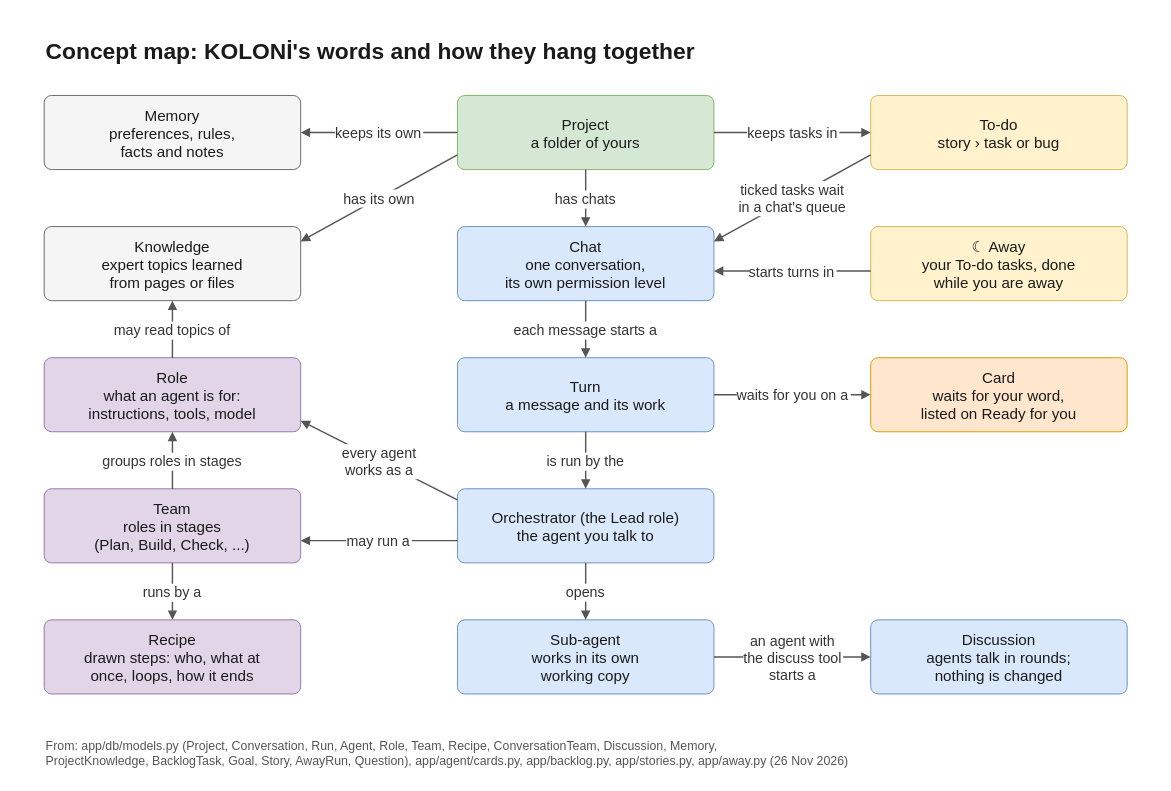
Before: docs/diagrams/concept-map.drawio in flyingriverhorse/Koloni, a draw.io diagram. Source tidied: cells renumbered, new cells numbered last; positions are measured from the earlier drawing's top-left corner, leaving out a move shared by most shapes. Both pictures are drawn from the tidied source at 95%, with x=0, y=0 at pixel (15, 15).
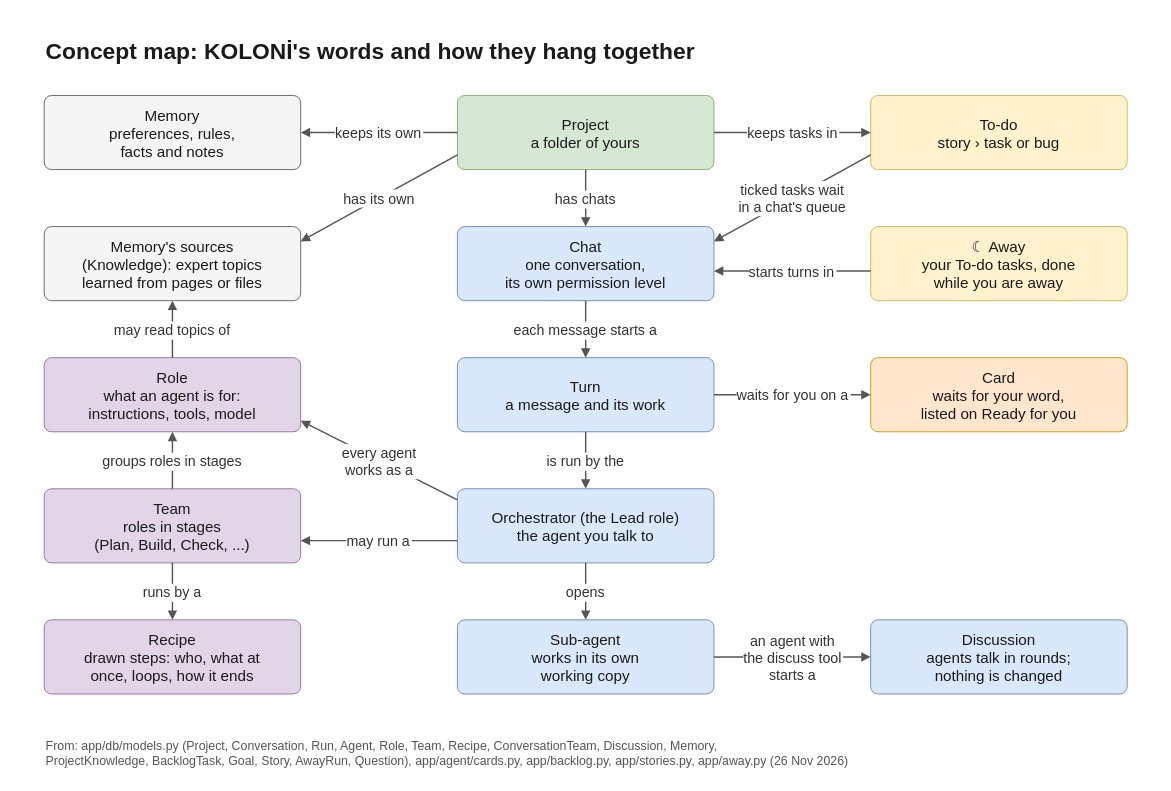
Above is the later version.

Change to the diagram source:
```diff
@@
-    <mxCell id="5" value="Knowledge&#10;expert topics learned&#10;from pages or files" style="rounded=1;arcSize=10;fillColor=#f5f5f5;strokeColor=#666666;fontFamily=Helvetica;fontColor=#1a1a1a;fontSize=16;spacing=6;" parent="1" vertex="1">
+    <mxCell id="5" value="Memory's sources&#10;(Knowledge): expert topics&#10;learned from pages or files" style="rounded=1;arcSize=10;fillColor=#f5f5f5;strokeColor=#666666;fontFamily=Helvetica;fontColor=#1a1a1a;fontSize=16;spacing=6;" parent="1" vertex="1">
       <mxGeometry x="30" y="222" width="270" height="78" as="geometry" />
     </mxCell>
```
